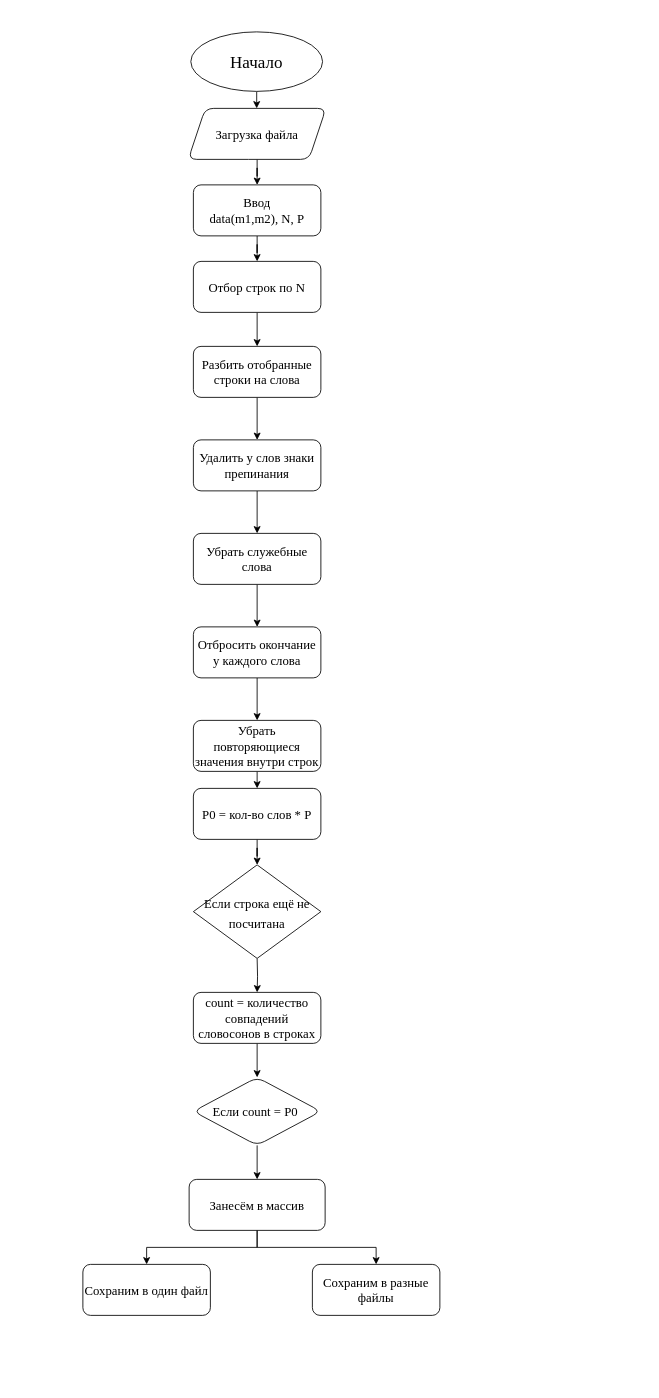
This is Untitled Diagram.drawio from Incertu/helllo-world, a draw.io file, before an edit. Source tidied: cells renumbered, new cells numbered last; positions are measured from the earlier drawing's top-left corner, leaving out a move shared by most shapes. Both pictures are drawn from the tidied source at 85%, with x=0, y=0 at pixel (82, 31).
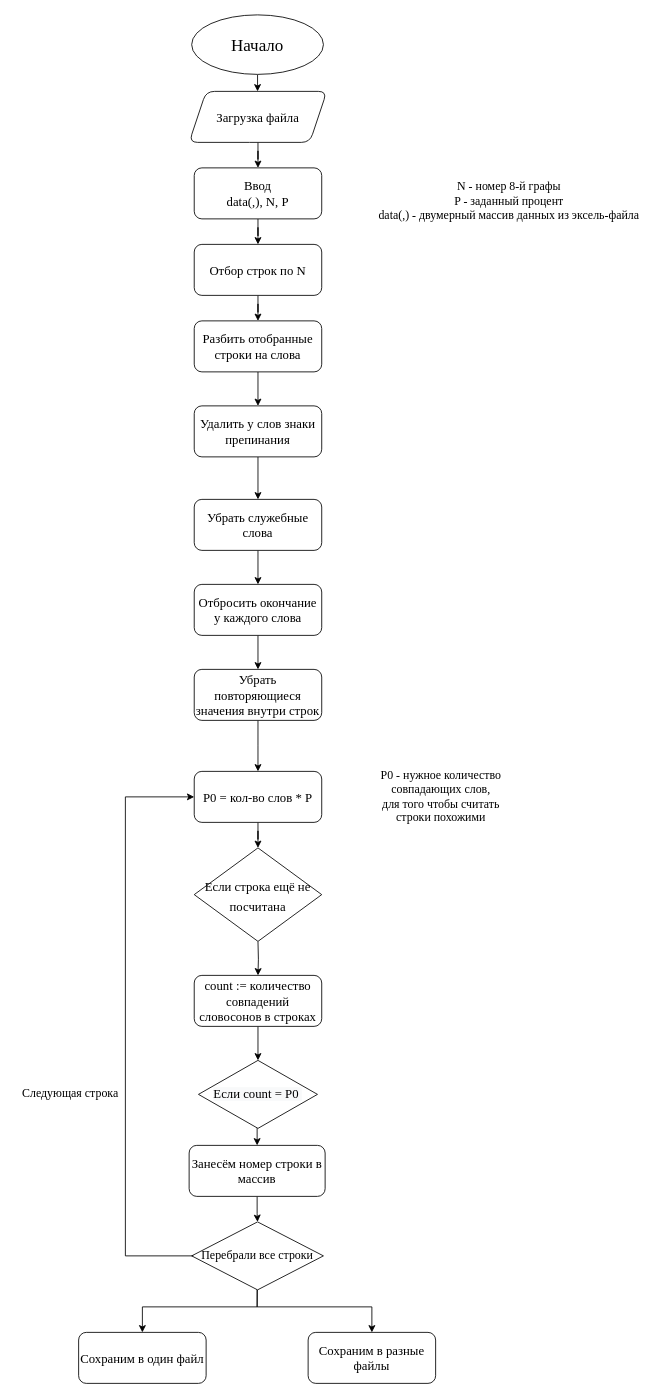
After the change.

Change to the diagram source:
```diff
@@
     <mxCell id="3" value="&lt;p&gt;&lt;font style=&quot;font-size: 20px&quot;&gt;Начало&lt;/font&gt;&lt;/p&gt;" style="ellipse;whiteSpace=wrap;html=1;rounded=1;fontFamily=Times New Roman;fontSize=15;labelBackgroundColor=none;horizontal=1;" parent="1" vertex="1">
-      <mxGeometry x="127" width="155" height="70" as="geometry" />
+      <mxGeometry x="128" y="-20" width="155" height="70" as="geometry" />
     </mxCell>
@@
     <mxCell id="5" value="Загрузка файла" style="shape=parallelogram;perimeter=parallelogramPerimeter;whiteSpace=wrap;html=1;fixedSize=1;rounded=1;fontSize=15;fontFamily=Times New Roman;" parent="1" vertex="1">
-      <mxGeometry x="124" y="90" width="162" height="60" as="geometry" />
+      <mxGeometry x="125" y="70" width="162" height="60" as="geometry" />
     </mxCell>
@@
-    <mxCell id="7" value="Ввод&lt;br style=&quot;font-size: 15px;&quot;&gt;data(m1,m2), N, P" style="whiteSpace=wrap;html=1;rounded=1;fontSize=15;fontFamily=Times New Roman;" parent="1" vertex="1">
-      <mxGeometry x="130" y="180" width="150" height="60" as="geometry" />
+    <mxCell id="7" value="Ввод&lt;br style=&quot;font-size: 15px&quot;&gt;data(,), N, P" style="whiteSpace=wrap;html=1;rounded=1;fontSize=15;fontFamily=Times New Roman;" parent="1" vertex="1">
+      <mxGeometry x="131" y="160" width="150" height="60" as="geometry" />
     </mxCell>
@@
     <mxCell id="9" value="Отбор строк по N" style="rounded=1;whiteSpace=wrap;html=1;shadow=0;sketch=0;fontFamily=Times New Roman;fontSize=15;verticalAlign=middle;" parent="1" vertex="1">
-      <mxGeometry x="130" y="270" width="150" height="60" as="geometry" />
+      <mxGeometry x="131" y="250" width="150" height="60" as="geometry" />
     </mxCell>
@@
     <mxCell id="11" value="Разбить отобранные строки на слова" style="rounded=1;whiteSpace=wrap;html=1;shadow=0;fontFamily=Times New Roman;fontSize=15;sketch=0;" parent="1" vertex="1">
-      <mxGeometry x="130" y="370" width="150" height="60" as="geometry" />
+      <mxGeometry x="131" y="340" width="150" height="60" as="geometry" />
     </mxCell>
@@
     <mxCell id="13" value="Удалить у слов знаки препинания" style="whiteSpace=wrap;html=1;rounded=1;shadow=0;fontFamily=Times New Roman;fontSize=15;sketch=0;" parent="1" vertex="1">
-      <mxGeometry x="130" y="480" width="150" height="60" as="geometry" />
+      <mxGeometry x="131" y="440" width="150" height="60" as="geometry" />
     </mxCell>
@@
     <mxCell id="15" value="Убрать служебные слова" style="rounded=1;whiteSpace=wrap;html=1;shadow=0;fontFamily=Times New Roman;fontSize=15;sketch=0;" parent="1" vertex="1">
-      <mxGeometry x="130" y="590" width="150" height="60" as="geometry" />
+      <mxGeometry x="131" y="550" width="150" height="60" as="geometry" />
     </mxCell>
@@
     <mxCell id="17" value="Отбросить окончание у каждого слова" style="rounded=1;whiteSpace=wrap;html=1;shadow=0;fontFamily=Times New Roman;fontSize=15;sketch=0;" parent="1" vertex="1">
-      <mxGeometry x="130" y="700" width="150" height="60" as="geometry" />
+      <mxGeometry x="131" y="650" width="150" height="60" as="geometry" />
     </mxCell>
     <mxCell id="18" style="edgeStyle=orthogonalEdgeStyle;rounded=0;jettySize=auto;html=1;fontFamily=Times New Roman;fontSize=20;" parent="1" edge="1" source="19">
       <mxGeometry relative="1" as="geometry">
-        <mxPoint x="205" y="890" as="targetPoint" />
+        <mxPoint x="206" y="870" as="targetPoint" />
       </mxGeometry>
     </mxCell>
     <mxCell id="19" value="Убрать повторяющиеся значения внутри строк" style="rounded=1;whiteSpace=wrap;html=1;shadow=0;fontFamily=Times New Roman;fontSize=15;sketch=0;" parent="1" vertex="1">
-      <mxGeometry x="130" y="810" width="150" height="60" as="geometry" />
+      <mxGeometry x="131" y="750" width="150" height="60" as="geometry" />
     </mxCell>
     <mxCell id="20" style="edgeStyle=orthogonalEdgeStyle;rounded=0;jettySize=auto;html=1;fontFamily=Times New Roman;fontSize=20;entryX=0.5;entryY=0;entryDx=0;entryDy=0;" parent="1" edge="1" target="24">
       <mxGeometry relative="1" as="geometry">
-        <mxPoint x="205" y="1090" as="sourcePoint" />
+        <mxPoint x="206" y="1070" as="sourcePoint" />
       </mxGeometry>
     </mxCell>
@@
     <mxCell id="22" value="P0 = кол-во слов * P" style="whiteSpace=wrap;html=1;rounded=1;shadow=0;fontFamily=Times New Roman;fontSize=15;sketch=0;" parent="1" vertex="1">
-      <mxGeometry x="130" y="890" width="150" height="60" as="geometry" />
+      <mxGeometry x="131" y="870" width="150" height="60" as="geometry" />
     </mxCell>
-    <mxCell id="23" style="edgeStyle=orthogonalEdgeStyle;rounded=0;jettySize=auto;html=1;fontFamily=Times New Roman;fontSize=20;" parent="1" edge="1" source="24" target="26">
+    <mxCell id="23" style="edgeStyle=orthogonalEdgeStyle;rounded=0;jettySize=auto;html=1;fontFamily=Times New Roman;fontSize=14;" parent="1" edge="1" source="24" target="26">
       <mxGeometry relative="1" as="geometry" />
     </mxCell>
-    <mxCell id="24" value="count = количество совпадений словосонов в строках" style="whiteSpace=wrap;html=1;rounded=1;shadow=0;fontFamily=Times New Roman;fontSize=15;sketch=0;" parent="1" vertex="1">
-      <mxGeometry x="130" y="1130" width="150" height="60" as="geometry" />
+    <mxCell id="24" value="count := количество совпадений словосонов в строках" style="whiteSpace=wrap;html=1;rounded=1;shadow=0;fontFamily=Times New Roman;fontSize=15;sketch=0;" parent="1" vertex="1">
+      <mxGeometry x="131" y="1110" width="150" height="60" as="geometry" />
     </mxCell>
-    <mxCell id="25" style="edgeStyle=orthogonalEdgeStyle;rounded=0;jettySize=auto;html=1;fontFamily=Times New Roman;fontSize=20;" parent="1" edge="1" source="26" target="28">
-      <mxGeometry relative="1" as="geometry" />
+    <mxCell id="25" style="edgeStyle=orthogonalEdgeStyle;rounded=0;jettySize=auto;html=1;fontFamily=Times New Roman;fontSize=20;entryX=0.5;entryY=0;entryDx=0;entryDy=0;" parent="1" edge="1" target="28">
+      <mxGeometry relative="1" as="geometry">
+        <mxPoint x="205" y="1280" as="sourcePoint" />
+      </mxGeometry>
     </mxCell>
-    <mxCell id="26" value="Если count = P0&amp;nbsp;" style="rhombus;whiteSpace=wrap;html=1;rounded=1;shadow=0;fontFamily=Times New Roman;fontSize=15;sketch=0;" parent="1" vertex="1">
-      <mxGeometry x="130" y="1230" width="150" height="80" as="geometry" />
-    </mxCell>
-    <mxCell id="27" style="edgeStyle=orthogonalEdgeStyle;rounded=0;jettySize=auto;html=1;fontFamily=Times New Roman;fontSize=15;" parent="1" edge="1" source="28" target="30">
-      <mxGeometry relative="1" as="geometry" />
+    <mxCell id="27" style="edgeStyle=orthogonalEdgeStyle;rounded=0;jettySize=auto;html=1;fontFamily=Times New Roman;fontSize=15;exitX=0.5;exitY=1;exitDx=0;exitDy=0;" parent="1" edge="1" target="30">
+      <mxGeometry relative="1" as="geometry">
+        <mxPoint x="210" y="1460" as="sourcePoint" />
+        <Array as="points">
+          <mxPoint x="205" y="1500" />
+          <mxPoint x="70" y="1500" />
+        </Array>
+      </mxGeometry>
     </mxCell>
+    <mxCell id="33" style="edgeStyle=orthogonalEdgeStyle;rounded=0;jettySize=auto;html=1;fontFamily=Times New Roman;fontSize=14;" parent="1" edge="1" source="28" target="36">
+      <mxGeometry relative="1" as="geometry" />
+    </mxCell>
-    <mxCell id="28" value="Занесём в массив" style="whiteSpace=wrap;html=1;rounded=1;shadow=0;fontFamily=Times New Roman;fontSize=15;sketch=0;" parent="1" vertex="1">
-      <mxGeometry x="125" y="1350" width="160" height="60" as="geometry" />
+    <mxCell id="28" value="Занесём номер строки в массив" style="whiteSpace=wrap;html=1;rounded=1;shadow=0;fontFamily=Times New Roman;fontSize=15;sketch=0;" parent="1" vertex="1">
+      <mxGeometry x="125" y="1310" width="160" height="60" as="geometry" />
     </mxCell>
     <mxCell id="29" value="&lt;font style=&quot;font-size: 15px&quot;&gt;Если строка ещё не посчитана&lt;/font&gt;" style="rhombus;whiteSpace=wrap;html=1;shadow=0;labelBackgroundColor=none;sketch=0;fontFamily=Times New Roman;fontSize=20;verticalAlign=middle;" parent="1" vertex="1">
-      <mxGeometry x="130" y="980" width="150" height="110" as="geometry" />
+      <mxGeometry x="131" y="960" width="150" height="110" as="geometry" />
     </mxCell>
     <mxCell id="30" value="Сохраним в один файл" style="whiteSpace=wrap;html=1;rounded=1;shadow=0;fontFamily=Times New Roman;fontSize=15;sketch=0;" parent="1" vertex="1">
-      <mxGeometry y="1450" width="150" height="60" as="geometry" />
+      <mxGeometry x="-5" y="1530" width="150" height="60" as="geometry" />
     </mxCell>
-    <mxCell id="31" style="endArrow=classic;html=1;rounded=0;fontFamily=Times New Roman;fontSize=15;edgeStyle=orthogonalEdgeStyle;exitX=0.5;exitY=1;exitDx=0;exitDy=0;entryX=0.5;entryY=0;entryDx=0;entryDy=0;" parent="1" edge="1" source="28" target="32">
-      <mxGeometry relative="1" as="geometry" />
+    <mxCell id="31" style="endArrow=classic;html=1;rounded=0;fontFamily=Times New Roman;fontSize=15;edgeStyle=orthogonalEdgeStyle;entryX=0.5;entryY=0;entryDx=0;entryDy=0;exitX=0.5;exitY=1;exitDx=0;exitDy=0;" parent="1" edge="1" source="36" target="32">
+      <mxGeometry relative="1" as="geometry">
+        <Array as="points">
+          <mxPoint x="205" y="1450" />
+          <mxPoint x="205" y="1500" />
+          <mxPoint x="340" y="1500" />
+        </Array>
+      </mxGeometry>
     </mxCell>
     <mxCell id="32" value="Сохраним в разные файлы" style="whiteSpace=wrap;html=1;rounded=1;shadow=0;fontFamily=Times New Roman;fontSize=15;sketch=0;" parent="1" vertex="1">
-      <mxGeometry x="270" y="1450" width="150" height="60" as="geometry" />
+      <mxGeometry x="265" y="1530" width="150" height="60" as="geometry" />
     </mxCell>
+    <mxCell id="34" value="N - номер 8-й графы&lt;br style=&quot;font-size: 14px;&quot;&gt;P - заданный процент&lt;br style=&quot;font-size: 14px;&quot;&gt;data(,) - двумерный массив данных из эксель-файла" style="text;html=1;align=center;verticalAlign=middle;strokeColor=none;fillColor=none;fontSize=14;fontFamily=Times New Roman;" parent="1" vertex="1">
+      <mxGeometry x="341" y="170" width="320" height="60" as="geometry" />
+    </mxCell>
+    <mxCell id="35" value="P0 - нужное количество &lt;br style=&quot;font-size: 14px&quot;&gt;совпадающих слов, &lt;br&gt;для того чтобы считать &lt;br&gt;строки похожими" style="text;html=1;align=center;verticalAlign=middle;strokeColor=none;fillColor=none;fontSize=14;fontFamily=Times New Roman;" parent="1" vertex="1">
+      <mxGeometry x="341" y="865" width="160" height="70" as="geometry" />
+    </mxCell>
+    <mxCell id="36" value="Перебрали все строки" style="rhombus;whiteSpace=wrap;html=1;fontFamily=Times New Roman;fontSize=14;" parent="1" vertex="1">
+      <mxGeometry x="128" y="1400" width="155" height="80" as="geometry" />
+    </mxCell>
+    <mxCell id="37" style="endArrow=classic;html=1;rounded=0;fontFamily=Times New Roman;fontSize=14;edgeStyle=orthogonalEdgeStyle;entryX=0;entryY=0.5;entryDx=0;entryDy=0;" parent="1" edge="1" target="22">
+      <mxGeometry relative="1" as="geometry">
+        <mxPoint x="130" y="1440" as="sourcePoint" />
+        <Array as="points">
+          <mxPoint x="50" y="1440" />
+          <mxPoint x="50" y="900" />
+        </Array>
+      </mxGeometry>
+    </mxCell>
+    <mxCell id="38" value="Следующая строка" style="text;html=1;align=center;verticalAlign=middle;strokeColor=none;fillColor=none;fontSize=14;fontFamily=Times New Roman;" parent="1" vertex="1">
+      <mxGeometry x="-80" y="1240" width="130" height="20" as="geometry" />
+    </mxCell>
+    <mxCell id="26" value="&#10;&#10;&lt;span style=&quot;color: rgb(0, 0, 0); font-family: &amp;quot;times new roman&amp;quot;; font-size: 15px; font-style: normal; font-weight: 400; letter-spacing: normal; text-align: center; text-indent: 0px; text-transform: none; word-spacing: 0px; background-color: rgb(248, 249, 250); display: inline; float: none;&quot;&gt;Если count = P0&amp;nbsp;&lt;/span&gt;&#10;&#10;" style="rhombus;whiteSpace=wrap;html=1;fontFamily=Times New Roman;fontSize=14;" parent="1" vertex="1">
+      <mxGeometry x="136" y="1210" width="140" height="80" as="geometry" />
+    </mxCell>
```
